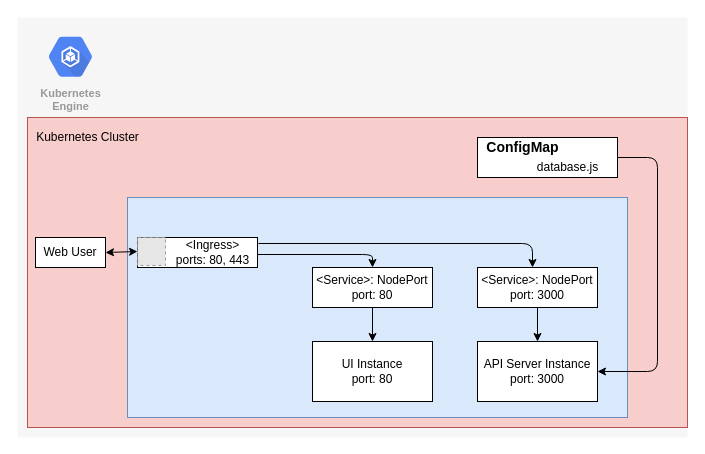
This is docs/images/src/k8s.drawio from visulate/visulate-for-oracle, a draw.io file, before an edit. Source tidied: cells renumbered, new cells numbered last; positions are measured from the earlier drawing's top-left corner, leaving out a move shared by most shapes. Both pictures are drawn from the tidied source at 100%, with x=0, y=0 at pixel (17, 17). Pictures stored in the file or linked from it are replaced by grey dashed boxes.
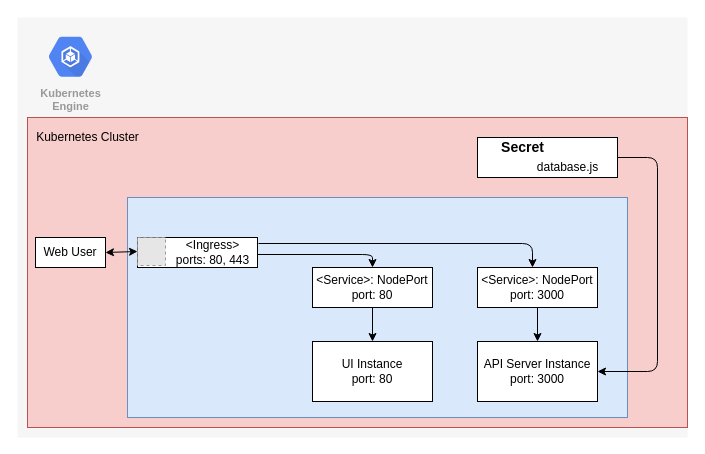
The same page after the edit.

Diff of the diagram source:
```diff
@@
-    <mxCell id="22" value="&lt;b&gt;&lt;font style=&quot;font-size: 14px&quot;&gt;ConfigMap&lt;/font&gt;&lt;/b&gt;" style="text;html=1;align=center;verticalAlign=middle;fillColor=none;strokeColor=none;rounded=0;" parent="1" vertex="1">
-      <mxGeometry x="460" y="120" width="90" height="20" as="geometry" />
+    <mxCell id="22" value="&lt;b&gt;&lt;font style=&quot;font-size: 14px&quot;&gt;Secret&lt;/font&gt;&lt;/b&gt;" style="text;html=1;align=center;verticalAlign=middle;fillColor=none;strokeColor=none;rounded=0;" parent="1" vertex="1">
+      <mxGeometry x="475" y="120" width="60" height="20" as="geometry" />
     </mxCell>
```
